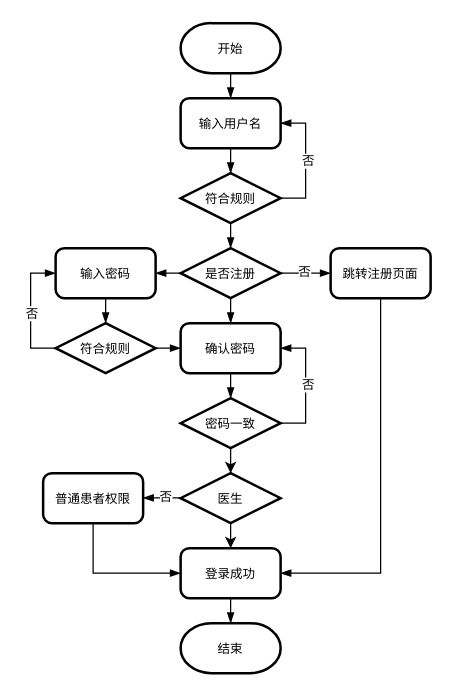
Above: page "系统管理流程图" (4 of 4) of 第五章绘图.drawio in qjl988/drawio (draw.io), before the change. Source tidied: cells renumbered, new cells numbered last; positions are measured from the earlier drawing's top-left corner, leaving out a move shared by most shapes. Both pictures are drawn from the tidied source at 125%, with x=0, y=0 at pixel (30, 22).
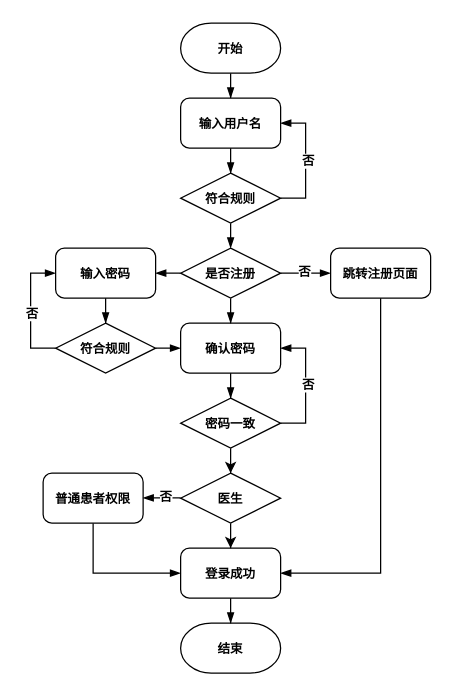
The same diagram, later.

Change to the diagram source:
```diff
@@
-    <mxCell id="2" style="edgeStyle=orthogonalEdgeStyle;rounded=0;jettySize=auto;html=1;entryX=0.5;entryY=0;entryDx=0;entryDy=0;endArrow=blockThin;endFill=1;" parent="1" edge="1" source="3" target="4">
+    <mxCell id="2" style="edgeStyle=orthogonalEdgeStyle;rounded=0;jettySize=auto;html=1;entryX=0.5;entryY=0;entryDx=0;entryDy=0;endArrow=blockThin;endFill=1;fontStyle=1;" parent="1" edge="1" source="3" target="4">
       <mxGeometry relative="1" as="geometry" />
     </mxCell>
-    <mxCell id="3" value="开始" style="strokeWidth=2;html=1;shape=mxgraph.flowchart.terminator;whiteSpace=wrap;fontSize=10;fontFamily=宋体;" parent="1" vertex="1">
+    <mxCell id="3" value="开始" style="strokeWidth=1;html=1;shape=mxgraph.flowchart.terminator;whiteSpace=wrap;fontSize=10;fontFamily=宋体;fontStyle=1;" parent="1" vertex="1">
       <mxGeometry x="120" width="80" height="40" as="geometry" />
     </mxCell>
-    <mxCell id="4" value="输入用户名" style="rounded=1;whiteSpace=wrap;html=1;absoluteArcSize=1;arcSize=14;strokeWidth=2;fontSize=10;fontFamily=宋体;" parent="1" vertex="1">
+    <mxCell id="4" value="输入用户名" style="rounded=1;whiteSpace=wrap;html=1;absoluteArcSize=1;arcSize=14;strokeWidth=1;fontSize=10;fontFamily=宋体;fontStyle=1;" parent="1" vertex="1">
       <mxGeometry x="120" y="60" width="80" height="40" as="geometry" />
     </mxCell>
-    <mxCell id="5" style="edgeStyle=orthogonalEdgeStyle;rounded=0;jettySize=auto;html=1;entryX=1;entryY=0.5;entryDx=0;entryDy=0;endArrow=blockThin;endFill=1;" parent="1" edge="1" source="8" target="4">
+    <mxCell id="5" style="edgeStyle=orthogonalEdgeStyle;rounded=0;jettySize=auto;html=1;entryX=1;entryY=0.5;entryDx=0;entryDy=0;endArrow=blockThin;endFill=1;fontStyle=1;" parent="1" edge="1" source="8" target="4">
       <mxGeometry relative="1" as="geometry">
         <Array as="points">
           <mxPoint x="220" y="140" />
           <mxPoint x="220" y="80" />
         </Array>
       </mxGeometry>
     </mxCell>
-    <mxCell id="6" value="否" style="edgeLabel;html=1;align=center;verticalAlign=middle;fontFamily=宋体;fontSize=10;" parent="5" vertex="1">
+    <mxCell id="6" value="否" style="edgeLabel;html=1;align=center;verticalAlign=middle;fontFamily=宋体;fontSize=10;fontStyle=1;" parent="5" vertex="1">
       <mxGeometry x="0.01" y="-1" relative="1" as="geometry" />
     </mxCell>
-    <mxCell id="7" style="edgeStyle=orthogonalEdgeStyle;rounded=0;jettySize=auto;html=1;endArrow=blockThin;endFill=1;" parent="1" edge="1" source="8">
+    <mxCell id="7" style="edgeStyle=orthogonalEdgeStyle;rounded=0;jettySize=auto;html=1;endArrow=blockThin;endFill=1;fontStyle=1;" parent="1" edge="1" source="8">
       <mxGeometry relative="1" as="geometry">
         <mxPoint x="160" y="180" as="targetPoint" />
       </mxGeometry>
     </mxCell>
-    <mxCell id="8" value="符合规则" style="strokeWidth=2;html=1;shape=mxgraph.flowchart.decision;whiteSpace=wrap;fontSize=10;fontFamily=宋体;" parent="1" vertex="1">
+    <mxCell id="8" value="符合规则" style="strokeWidth=1;html=1;shape=mxgraph.flowchart.decision;whiteSpace=wrap;fontSize=10;fontFamily=宋体;fontStyle=1;" parent="1" vertex="1">
       <mxGeometry x="120" y="120" width="80" height="40" as="geometry" />
     </mxCell>
-    <mxCell id="9" value="结束" style="strokeWidth=2;html=1;shape=mxgraph.flowchart.terminator;whiteSpace=wrap;fontSize=10;fontFamily=宋体;" parent="1" vertex="1">
+    <mxCell id="9" value="结束" style="strokeWidth=1;html=1;shape=mxgraph.flowchart.terminator;whiteSpace=wrap;fontSize=10;fontFamily=宋体;fontStyle=1;" parent="1" vertex="1">
       <mxGeometry x="120" y="480" width="80" height="40" as="geometry" />
     </mxCell>
-    <mxCell id="10" style="edgeStyle=orthogonalEdgeStyle;rounded=0;jettySize=auto;html=1;entryX=0.5;entryY=0;entryDx=0;entryDy=0;entryPerimeter=0;endArrow=blockThin;endFill=1;" parent="1" edge="1" source="4" target="8">
+    <mxCell id="10" style="edgeStyle=orthogonalEdgeStyle;rounded=0;jettySize=auto;html=1;entryX=0.5;entryY=0;entryDx=0;entryDy=0;entryPerimeter=0;endArrow=blockThin;endFill=1;fontStyle=1;" parent="1" edge="1" source="4" target="8">
       <mxGeometry relative="1" as="geometry" />
     </mxCell>
-    <mxCell id="11" value="确认密码" style="rounded=1;whiteSpace=wrap;html=1;absoluteArcSize=1;arcSize=14;strokeWidth=2;fontSize=10;fontFamily=宋体;" parent="1" vertex="1">
+    <mxCell id="11" value="确认密码" style="rounded=1;whiteSpace=wrap;html=1;absoluteArcSize=1;arcSize=14;strokeWidth=1;fontSize=10;fontFamily=宋体;fontStyle=1;" parent="1" vertex="1">
       <mxGeometry x="120" y="240" width="80" height="40" as="geometry" />
     </mxCell>
-    <mxCell id="12" style="edgeStyle=orthogonalEdgeStyle;rounded=0;jettySize=auto;html=1;entryX=1;entryY=0.5;entryDx=0;entryDy=0;endArrow=blockThin;endFill=1;" parent="1" edge="1" source="14" target="11">
+    <mxCell id="12" style="edgeStyle=orthogonalEdgeStyle;rounded=0;jettySize=auto;html=1;entryX=1;entryY=0.5;entryDx=0;entryDy=0;endArrow=blockThin;endFill=1;fontStyle=1;" parent="1" edge="1" source="14" target="11">
       <mxGeometry relative="1" as="geometry">
         <Array as="points">
           <mxPoint x="220" y="320" />
           <mxPoint x="220" y="260" />
         </Array>
       </mxGeometry>
     </mxCell>
-    <mxCell id="13" value="否" style="edgeLabel;html=1;align=center;verticalAlign=middle;fontFamily=宋体;fontSize=10;" parent="12" vertex="1">
+    <mxCell id="13" value="否" style="edgeLabel;html=1;align=center;verticalAlign=middle;fontFamily=宋体;fontSize=10;fontStyle=1;" parent="12" vertex="1">
       <mxGeometry x="0.03" y="-1" relative="1" as="geometry" />
     </mxCell>
-    <mxCell id="14" value="密码一致" style="strokeWidth=2;html=1;shape=mxgraph.flowchart.decision;whiteSpace=wrap;fontSize=10;fontFamily=宋体;" parent="1" vertex="1">
+    <mxCell id="14" value="密码一致" style="strokeWidth=1;html=1;shape=mxgraph.flowchart.decision;whiteSpace=wrap;fontSize=10;fontFamily=宋体;fontStyle=1;" parent="1" vertex="1">
       <mxGeometry x="120" y="300" width="80" height="40" as="geometry" />
     </mxCell>
-    <mxCell id="15" style="edgeStyle=orthogonalEdgeStyle;rounded=0;jettySize=auto;html=1;entryX=0.5;entryY=0;entryDx=0;entryDy=0;entryPerimeter=0;endArrow=blockThin;endFill=1;" parent="1" edge="1" source="11" target="14">
+    <mxCell id="15" style="edgeStyle=orthogonalEdgeStyle;rounded=0;jettySize=auto;html=1;entryX=0.5;entryY=0;entryDx=0;entryDy=0;entryPerimeter=0;endArrow=blockThin;endFill=1;fontStyle=1;" parent="1" edge="1" source="11" target="14">
       <mxGeometry relative="1" as="geometry" />
     </mxCell>
-    <mxCell id="16" value="登录成功" style="rounded=1;whiteSpace=wrap;html=1;absoluteArcSize=1;arcSize=14;strokeWidth=2;fontSize=10;fontFamily=宋体;" parent="1" vertex="1">
+    <mxCell id="16" value="登录成功" style="rounded=1;whiteSpace=wrap;html=1;absoluteArcSize=1;arcSize=14;strokeWidth=1;fontSize=10;fontFamily=宋体;fontStyle=1;" parent="1" vertex="1">
       <mxGeometry x="120" y="420" width="80" height="40" as="geometry" />
     </mxCell>
-    <mxCell id="17" style="edgeStyle=orthogonalEdgeStyle;rounded=0;jettySize=auto;html=1;entryX=0.5;entryY=0;entryDx=0;entryDy=0;entryPerimeter=0;endArrow=blockThin;endFill=1;" parent="1" edge="1" source="16" target="9">
+    <mxCell id="17" style="edgeStyle=orthogonalEdgeStyle;rounded=0;jettySize=auto;html=1;entryX=0.5;entryY=0;entryDx=0;entryDy=0;entryPerimeter=0;endArrow=blockThin;endFill=1;fontStyle=1;" parent="1" edge="1" source="16" target="9">
       <mxGeometry relative="1" as="geometry" />
     </mxCell>
-    <mxCell id="18" style="edgeStyle=orthogonalEdgeStyle;rounded=0;jettySize=auto;html=1;entryX=1;entryY=0.5;entryDx=0;entryDy=0;endArrow=blockThin;endFill=1;" parent="1" edge="1" target="19">
+    <mxCell id="18" style="edgeStyle=orthogonalEdgeStyle;rounded=0;jettySize=auto;html=1;entryX=1;entryY=0.5;entryDx=0;entryDy=0;endArrow=blockThin;endFill=1;fontStyle=1;" parent="1" edge="1" target="19">
       <mxGeometry relative="1" as="geometry">
         <mxPoint x="120" y="200" as="sourcePoint" />
       </mxGeometry>
     </mxCell>
-    <mxCell id="19" value="输入密码" style="rounded=1;whiteSpace=wrap;html=1;absoluteArcSize=1;arcSize=14;strokeWidth=2;fontSize=10;fontFamily=宋体;" parent="1" vertex="1">
+    <mxCell id="19" value="输入密码" style="rounded=1;whiteSpace=wrap;html=1;absoluteArcSize=1;arcSize=14;strokeWidth=1;fontSize=10;fontFamily=宋体;fontStyle=1;" parent="1" vertex="1">
       <mxGeometry x="20" y="180" width="80" height="40" as="geometry" />
     </mxCell>
-    <mxCell id="20" style="edgeStyle=orthogonalEdgeStyle;rounded=0;jettySize=auto;html=1;entryX=0;entryY=0.5;entryDx=0;entryDy=0;endArrow=blockThin;endFill=1;" parent="1" edge="1" source="23" target="19">
+    <mxCell id="20" style="edgeStyle=orthogonalEdgeStyle;rounded=0;jettySize=auto;html=1;entryX=0;entryY=0.5;entryDx=0;entryDy=0;endArrow=blockThin;endFill=1;fontStyle=1;" parent="1" edge="1" source="23" target="19">
       <mxGeometry relative="1" as="geometry">
         <Array as="points">
           <mxPoint y="260" />
           <mxPoint y="200" />
         </Array>
       </mxGeometry>
     </mxCell>
-    <mxCell id="21" value="否" style="edgeLabel;html=1;align=center;verticalAlign=middle;fontFamily=宋体;fontSize=10;" parent="20" vertex="1">
+    <mxCell id="21" value="否" style="edgeLabel;html=1;align=center;verticalAlign=middle;fontFamily=宋体;fontSize=10;fontStyle=1;" parent="20" vertex="1">
       <mxGeometry x="-0.03" relative="1" as="geometry" />
     </mxCell>
-    <mxCell id="22" style="edgeStyle=orthogonalEdgeStyle;rounded=0;jettySize=auto;html=1;entryX=0;entryY=0.5;entryDx=0;entryDy=0;endArrow=blockThin;endFill=1;" parent="1" edge="1" source="23">
+    <mxCell id="22" style="edgeStyle=orthogonalEdgeStyle;rounded=0;jettySize=auto;html=1;entryX=0;entryY=0.5;entryDx=0;entryDy=0;endArrow=blockThin;endFill=1;fontStyle=1;" parent="1" edge="1" source="23">
       <mxGeometry relative="1" as="geometry">
         <mxPoint x="120" y="260" as="targetPoint" />
       </mxGeometry>
     </mxCell>
-    <mxCell id="23" value="符合规则" style="strokeWidth=2;html=1;shape=mxgraph.flowchart.decision;whiteSpace=wrap;fontSize=10;fontFamily=宋体;" parent="1" vertex="1">
+    <mxCell id="23" value="符合规则" style="strokeWidth=1;html=1;shape=mxgraph.flowchart.decision;whiteSpace=wrap;fontSize=10;fontFamily=宋体;fontStyle=1;" parent="1" vertex="1">
       <mxGeometry x="20" y="240" width="80" height="40" as="geometry" />
     </mxCell>
-    <mxCell id="24" style="edgeStyle=orthogonalEdgeStyle;rounded=0;jettySize=auto;html=1;entryX=0.5;entryY=0;entryDx=0;entryDy=0;entryPerimeter=0;endArrow=blockThin;endFill=1;" parent="1" edge="1" source="19" target="23">
+    <mxCell id="24" style="edgeStyle=orthogonalEdgeStyle;rounded=0;jettySize=auto;html=1;entryX=0.5;entryY=0;entryDx=0;entryDy=0;entryPerimeter=0;endArrow=blockThin;endFill=1;fontStyle=1;" parent="1" edge="1" source="19" target="23">
       <mxGeometry relative="1" as="geometry" />
     </mxCell>
-    <mxCell id="25" style="edgeStyle=orthogonalEdgeStyle;rounded=0;jettySize=auto;html=1;entryX=0;entryY=0.5;entryDx=0;entryDy=0;endArrow=blockThin;endFill=1;" parent="1" edge="1" source="28" target="29">
+    <mxCell id="25" style="edgeStyle=orthogonalEdgeStyle;rounded=0;jettySize=auto;html=1;entryX=0;entryY=0.5;entryDx=0;entryDy=0;endArrow=blockThin;endFill=1;fontStyle=1;" parent="1" edge="1" source="28" target="29">
       <mxGeometry relative="1" as="geometry" />
     </mxCell>
-    <mxCell id="26" value="否" style="edgeLabel;html=1;align=center;verticalAlign=middle;fontFamily=宋体;fontSize=10;" parent="25" vertex="1">
+    <mxCell id="26" value="否" style="edgeLabel;html=1;align=center;verticalAlign=middle;fontFamily=宋体;fontSize=10;fontStyle=1;" parent="25" vertex="1">
       <mxGeometry x="0.08" y="1" relative="1" as="geometry">
         <mxPoint x="-4" y="-1" as="offset" />
       </mxGeometry>
     </mxCell>
-    <mxCell id="27" style="edgeStyle=orthogonalEdgeStyle;rounded=0;jettySize=auto;html=1;entryX=0.5;entryY=0;entryDx=0;entryDy=0;endArrow=blockThin;endFill=1;" parent="1" edge="1" source="28" target="11">
+    <mxCell id="27" style="edgeStyle=orthogonalEdgeStyle;rounded=0;jettySize=auto;html=1;entryX=0.5;entryY=0;entryDx=0;entryDy=0;endArrow=blockThin;endFill=1;fontStyle=1;" parent="1" edge="1" source="28" target="11">
       <mxGeometry relative="1" as="geometry" />
     </mxCell>
-    <mxCell id="28" value="是否注册" style="strokeWidth=2;html=1;shape=mxgraph.flowchart.decision;whiteSpace=wrap;fontSize=10;fontFamily=宋体;" parent="1" vertex="1">
+    <mxCell id="28" value="是否注册" style="strokeWidth=1;html=1;shape=mxgraph.flowchart.decision;whiteSpace=wrap;fontSize=10;fontFamily=宋体;fontStyle=1;" parent="1" vertex="1">
       <mxGeometry x="120" y="180" width="80" height="40" as="geometry" />
     </mxCell>
-    <mxCell id="29" value="跳转注册页面" style="rounded=1;whiteSpace=wrap;html=1;absoluteArcSize=1;arcSize=14;strokeWidth=2;fontSize=10;fontFamily=宋体;" parent="1" vertex="1">
+    <mxCell id="29" value="跳转注册页面" style="rounded=1;whiteSpace=wrap;html=1;absoluteArcSize=1;arcSize=14;strokeWidth=1;fontSize=10;fontFamily=宋体;fontStyle=1;" parent="1" vertex="1">
       <mxGeometry x="240" y="180" width="80" height="40" as="geometry" />
     </mxCell>
-    <mxCell id="30" style="edgeStyle=orthogonalEdgeStyle;rounded=0;jettySize=auto;html=1;endArrow=blockThin;endFill=1;entryX=1;entryY=0.5;entryDx=0;entryDy=0;" parent="1" edge="1" source="29" target="16">
+    <mxCell id="30" style="edgeStyle=orthogonalEdgeStyle;rounded=0;jettySize=auto;html=1;endArrow=blockThin;endFill=1;entryX=1;entryY=0.5;entryDx=0;entryDy=0;fontStyle=1;" parent="1" edge="1" source="29" target="16">
       <mxGeometry relative="1" as="geometry">
         <Array as="points">
           <mxPoint x="280" y="440" />
         </Array>
       </mxGeometry>
     </mxCell>
-    <mxCell id="31" style="edgeStyle=orthogonalEdgeStyle;rounded=0;jettySize=auto;html=1;entryX=0.5;entryY=0;entryDx=0;entryDy=0;" parent="1" edge="1" source="32" target="16">
+    <mxCell id="31" style="edgeStyle=orthogonalEdgeStyle;rounded=0;jettySize=auto;html=1;entryX=0.5;entryY=0;entryDx=0;entryDy=0;fontStyle=1;" parent="1" edge="1" source="32" target="16">
       <mxGeometry relative="1" as="geometry" />
     </mxCell>
-    <mxCell id="32" value="医生" style="strokeWidth=2;html=1;shape=mxgraph.flowchart.decision;whiteSpace=wrap;fontSize=10;fontFamily=宋体;" parent="1" vertex="1">
+    <mxCell id="32" value="医生" style="strokeWidth=1;html=1;shape=mxgraph.flowchart.decision;whiteSpace=wrap;fontSize=10;fontFamily=宋体;fontStyle=1;" parent="1" vertex="1">
       <mxGeometry x="120" y="360" width="80" height="40" as="geometry" />
     </mxCell>
-    <mxCell id="33" style="edgeStyle=orthogonalEdgeStyle;rounded=0;jettySize=auto;html=1;entryX=0.5;entryY=0;entryDx=0;entryDy=0;entryPerimeter=0;" parent="1" edge="1" source="14" target="32">
+    <mxCell id="33" style="edgeStyle=orthogonalEdgeStyle;rounded=0;jettySize=auto;html=1;entryX=0.5;entryY=0;entryDx=0;entryDy=0;entryPerimeter=0;fontStyle=1;" parent="1" edge="1" source="14" target="32">
       <mxGeometry relative="1" as="geometry" />
     </mxCell>
-    <mxCell id="34" style="edgeStyle=orthogonalEdgeStyle;rounded=0;jettySize=auto;html=1;entryX=0;entryY=0.5;entryDx=0;entryDy=0;endArrow=blockThin;endFill=1;" parent="1" edge="1" source="35" target="16">
+    <mxCell id="34" style="edgeStyle=orthogonalEdgeStyle;rounded=0;jettySize=auto;html=1;entryX=0;entryY=0.5;entryDx=0;entryDy=0;endArrow=blockThin;endFill=1;fontStyle=1;" parent="1" edge="1" source="35" target="16">
       <mxGeometry relative="1" as="geometry">
         <Array as="points">
           <mxPoint x="50" y="440" />
         </Array>
       </mxGeometry>
     </mxCell>
-    <mxCell id="35" value="普通患者权限" style="rounded=1;whiteSpace=wrap;html=1;absoluteArcSize=1;arcSize=14;strokeWidth=2;fontSize=10;fontFamily=宋体;" parent="1" vertex="1">
+    <mxCell id="35" value="普通患者权限" style="rounded=1;whiteSpace=wrap;html=1;absoluteArcSize=1;arcSize=14;strokeWidth=1;fontSize=10;fontFamily=宋体;fontStyle=1;" parent="1" vertex="1">
       <mxGeometry x="10" y="360" width="80" height="40" as="geometry" />
     </mxCell>
-    <mxCell id="36" style="edgeStyle=orthogonalEdgeStyle;rounded=0;orthogonalLoop=1;jettySize=auto;html=1;endArrow=blockThin;endFill=1;" parent="1" edge="1">
+    <mxCell id="36" style="edgeStyle=orthogonalEdgeStyle;rounded=0;orthogonalLoop=1;jettySize=auto;html=1;endArrow=blockThin;endFill=1;fontStyle=1;" parent="1" edge="1">
       <mxGeometry relative="1" as="geometry">
         <mxPoint x="120" y="379.8" as="sourcePoint" />
         <mxPoint x="90" y="379.8" as="targetPoint" />
       </mxGeometry>
     </mxCell>
-    <mxCell id="37" value="否" style="edgeLabel;html=1;align=center;verticalAlign=middle;fontFamily=宋体;fontSize=10;" parent="36" vertex="1">
+    <mxCell id="37" value="否" style="edgeLabel;html=1;align=center;verticalAlign=middle;fontFamily=宋体;fontSize=10;fontStyle=1;" parent="36" vertex="1">
       <mxGeometry x="0.08" y="1" relative="1" as="geometry">
         <mxPoint x="3" y="-2" as="offset" />
       </mxGeometry>
     </mxCell>
```
